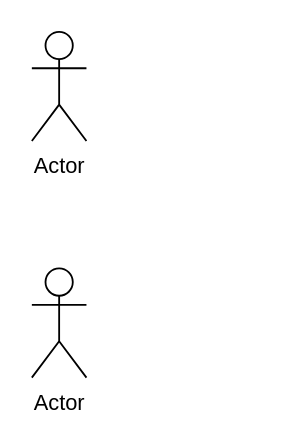
Before: File/Use Case.drawio in SewYongQi/Intern, a draw.io diagram. Source tidied: cells renumbered, new cells numbered last; positions are measured from the earlier drawing's top-left corner, leaving out a move shared by most shapes. Both pictures are drawn from the tidied source at 182%, with x=0, y=0 at pixel (31, 31).
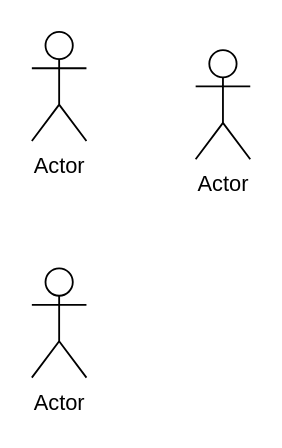
Above is the later version.

The edit, as a diff of the source:
```diff
@@
 <mxGraphModel>
   <root>
     <mxCell id="0" />
     <mxCell id="1" parent="0" />
     <mxCell id="2" value="Actor" style="shape=umlActor;verticalLabelPosition=bottom;verticalAlign=top;html=1;" parent="1" vertex="1">
       <mxGeometry width="30" height="60" as="geometry" />
     </mxCell>
     <mxCell id="3" value="Actor" style="shape=umlActor;verticalLabelPosition=bottom;verticalAlign=top;html=1;" parent="1" vertex="1">
       <mxGeometry y="130" width="30" height="60" as="geometry" />
     </mxCell>
+    <mxCell id="4" value="Actor" style="shape=umlActor;verticalLabelPosition=bottom;verticalAlign=top;html=1;" parent="1" vertex="1">
+      <mxGeometry x="90" y="10" width="30" height="60" as="geometry" />
+    </mxCell>
   </root>
 </mxGraphModel>
```
